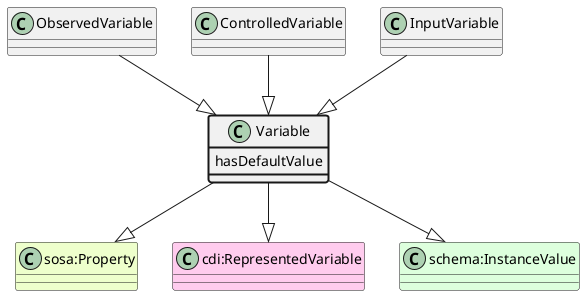
Earlier version of the PlantUML export ttl_uml/ttl_appn_Variable.png (aus-plant-phenomics-network/appn-schema).
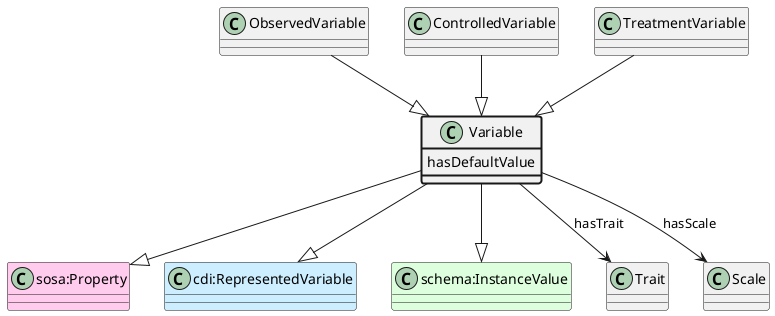
After the commit.

Change to the diagram source:
```diff
@@ -1,18 +1,22 @@
 @startuml
 class Variable  #line.bold
-class "sosa:Property" #EEFFCC
+class "sosa:Property" #FFCCEE
 Variable --|> "sosa:Property"
-class "cdi:RepresentedVariable" #FFCCEE
+class "cdi:RepresentedVariable" #CCEEFF
 Variable --|> "cdi:RepresentedVariable"
 class "schema:InstanceValue" #DDFFDD
 Variable --|> "schema:InstanceValue"
 class Variable #line.bold {
     hasDefaultValue
 }
+class Trait
+Variable --> Trait : hasTrait
+class Scale
+Variable --> Scale : hasScale
 class ObservedVariable
 ObservedVariable --|> Variable
 class ControlledVariable
 ControlledVariable --|> Variable
-class InputVariable
-InputVariable --|> Variable
+class TreatmentVariable
+TreatmentVariable --|> Variable
 @enduml
```
